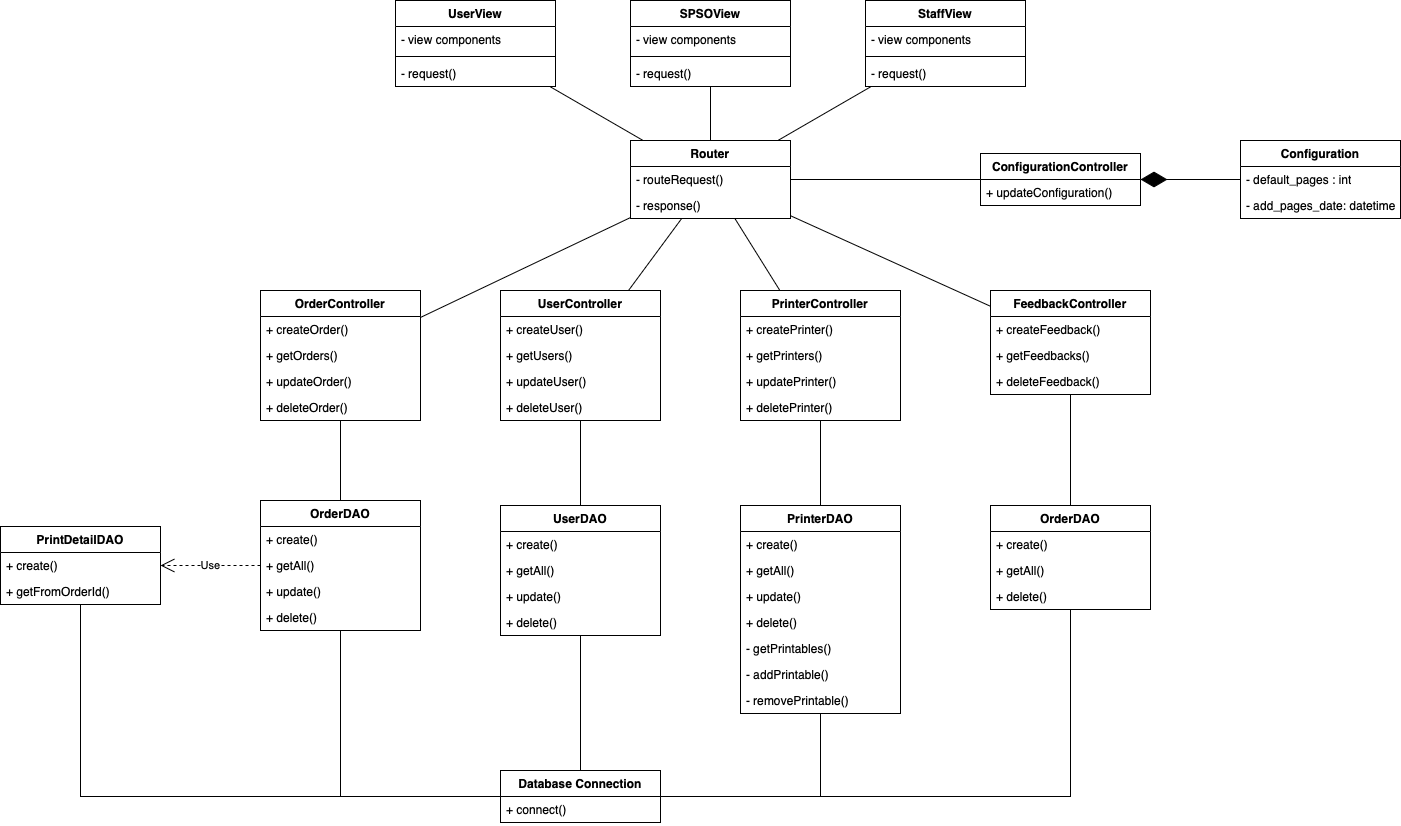
This is implementation-classes.drawio.png from blueonline07/test-somth, a draw.io export, as it was before one commit. Source tidied: cells renumbered, new cells last; positions are measured from the earlier drawing's top-left corner, leaving out a move shared by most shapes.
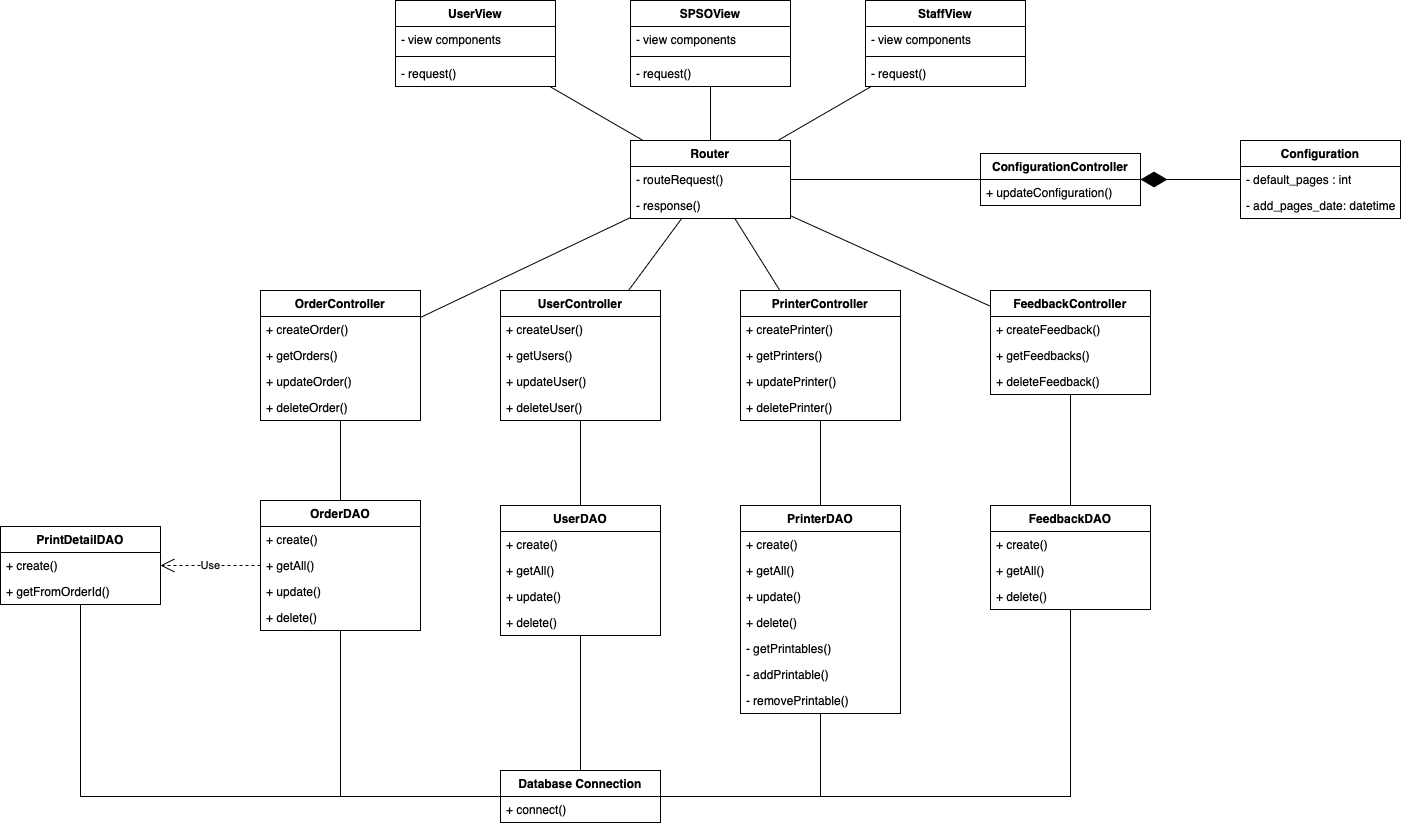
The same diagram one commit later.

The edit, as a diff of the source:
```diff
@@ -239,7 +239,7 @@
     <mxCell id="80" style="endArrow=none;html=1;rounded=0;" parent="1" edge="1" source="76" target="37">
       <mxGeometry relative="1" as="geometry" />
     </mxCell>
-    <mxCell id="81" value="OrderDAO" style="swimlane;fontStyle=1;align=center;verticalAlign=top;horizontal=1;startSize=26;whiteSpace=wrap;html=1;" parent="1" vertex="1">
+    <mxCell id="81" value="FeedbackDAO" style="swimlane;fontStyle=1;align=center;verticalAlign=top;horizontal=1;startSize=26;whiteSpace=wrap;html=1;" parent="1" vertex="1">
       <mxGeometry x="990" y="505" width="160" height="104" as="geometry" />
     </mxCell>
     <mxCell id="82" value="+ create()" style="text;strokeColor=none;fillColor=none;align=left;verticalAlign=top;spacingLeft=4;spacingRight=4;overflow=hidden;whiteSpace=wrap;html=1;" parent="81" vertex="1">
```
